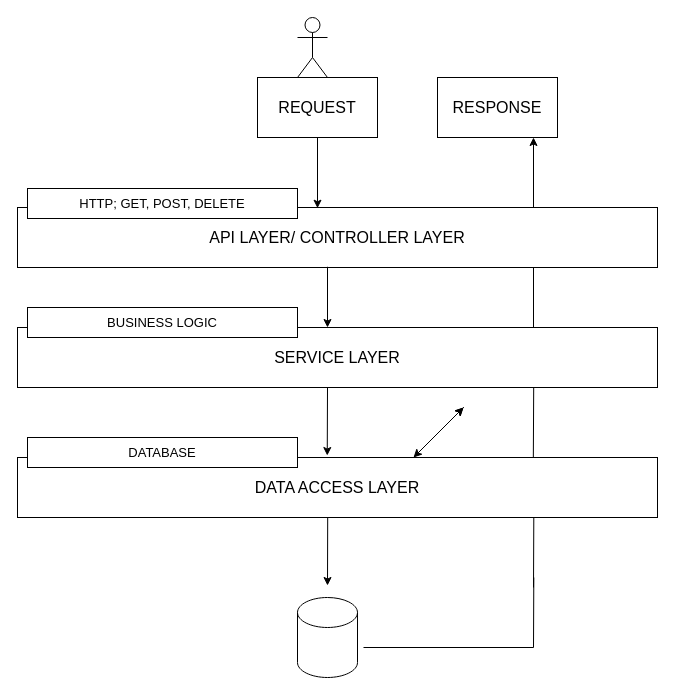
Earlier version of the draw.io diagram Untitled Diagram.drawio (brunoluisr/people_spring_boot). Source tidied: cells renumbered, new cells numbered last; positions are measured from the earlier drawing's top-left corner, leaving out a move shared by most shapes. Both pictures are drawn from the tidied source at 100%, with x=0, y=0 at pixel (17, 17).
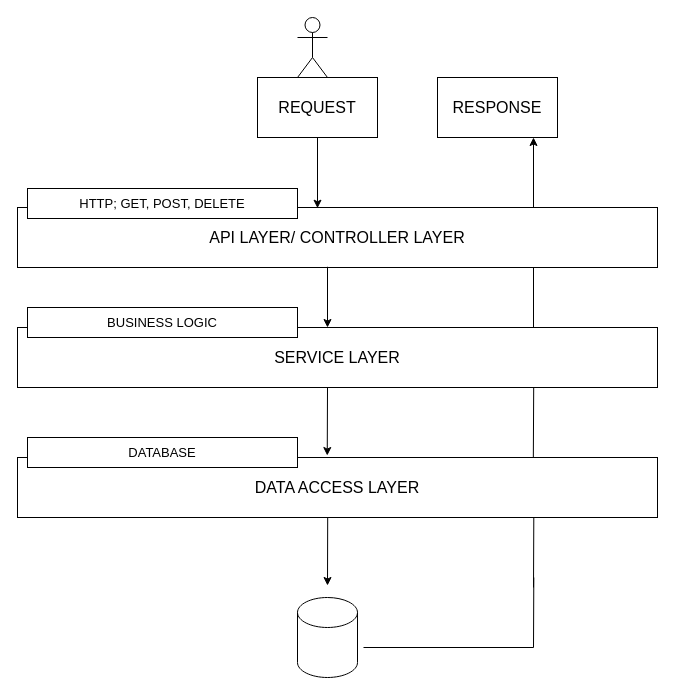
The same diagram, later.

What changed in the source:
```diff
@@
-    <mxCell id="21" style="endArrow=classic;html=1;rounded=0;fontSize=13;" parent="1" edge="1">
-      <mxGeometry relative="1" as="geometry">
-        <mxPoint x="396" y="440" as="sourcePoint" />
-        <mxPoint x="446" y="390" as="targetPoint" />
-      </mxGeometry>
-    </mxCell>
-    <mxCell id="22" style="endArrow=classic;startArrow=classic;html=1;rounded=0;fontSize=13;" parent="1" edge="1">
-      <mxGeometry relative="1" as="geometry">
-        <mxPoint x="396" y="440" as="sourcePoint" />
-        <mxPoint x="446" y="390" as="targetPoint" />
-      </mxGeometry>
-    </mxCell>
-    <mxCell id="23" style="endArrow=none;html=1;rounded=0;fontSize=13;" parent="1" edge="1">
-      <mxGeometry relative="1" as="geometry">
-        <mxPoint x="396" y="440" as="sourcePoint" />
-        <mxPoint x="446" y="390" as="targetPoint" />
-      </mxGeometry>
-    </mxCell>
-    <mxCell id="24" style="endArrow=none;html=1;rounded=0;fontSize=13;" parent="1" edge="1">
-      <mxGeometry relative="1" as="geometry">
-        <mxPoint x="396" y="440" as="sourcePoint" />
-        <mxPoint x="446" y="390" as="targetPoint" />
-      </mxGeometry>
-    </mxCell>
-    <mxCell id="25" style="endArrow=none;html=1;rounded=0;fontSize=13;" parent="1" edge="1">
-      <mxGeometry relative="1" as="geometry">
-        <mxPoint x="396" y="440" as="sourcePoint" />
-        <mxPoint x="446" y="390" as="targetPoint" />
-      </mxGeometry>
-    </mxCell>
```
